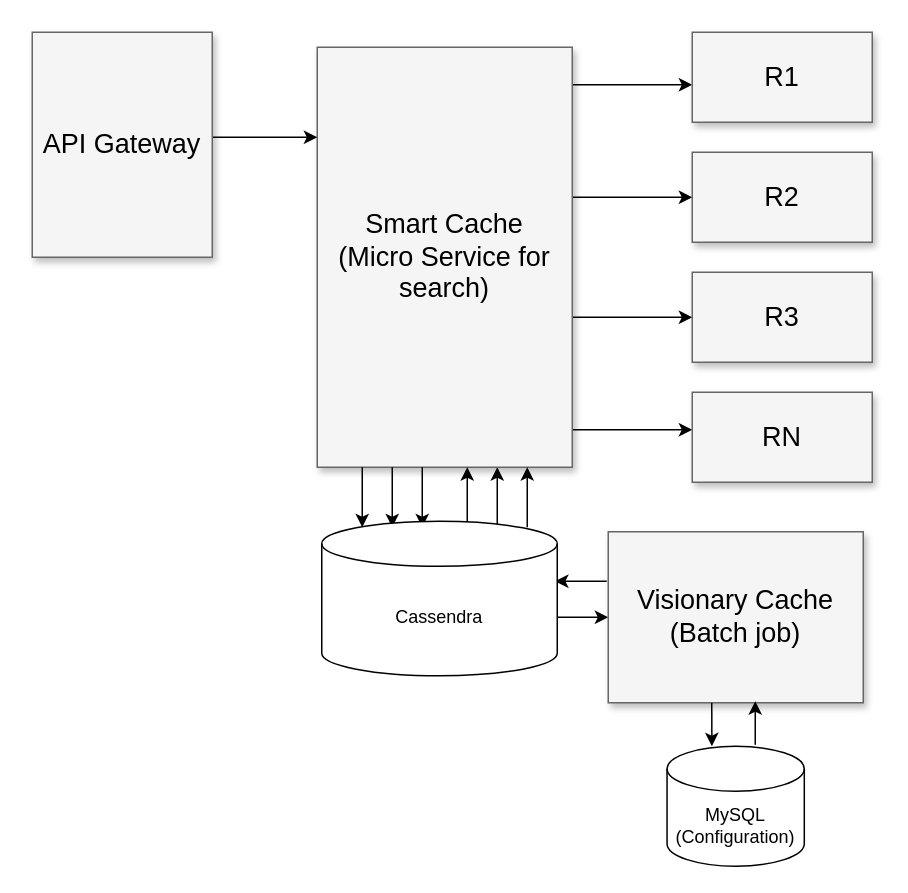
The draw.io diagram Untitled Diagram.drawio in rajaduraikrishna/ezee-app, before the edit. Source tidied: cells renumbered, new cells numbered last; positions are measured from the earlier drawing's top-left corner, leaving out a move shared by most shapes. Both pictures are drawn from the tidied source at 150%, with x=0, y=0 at pixel (32, 32).
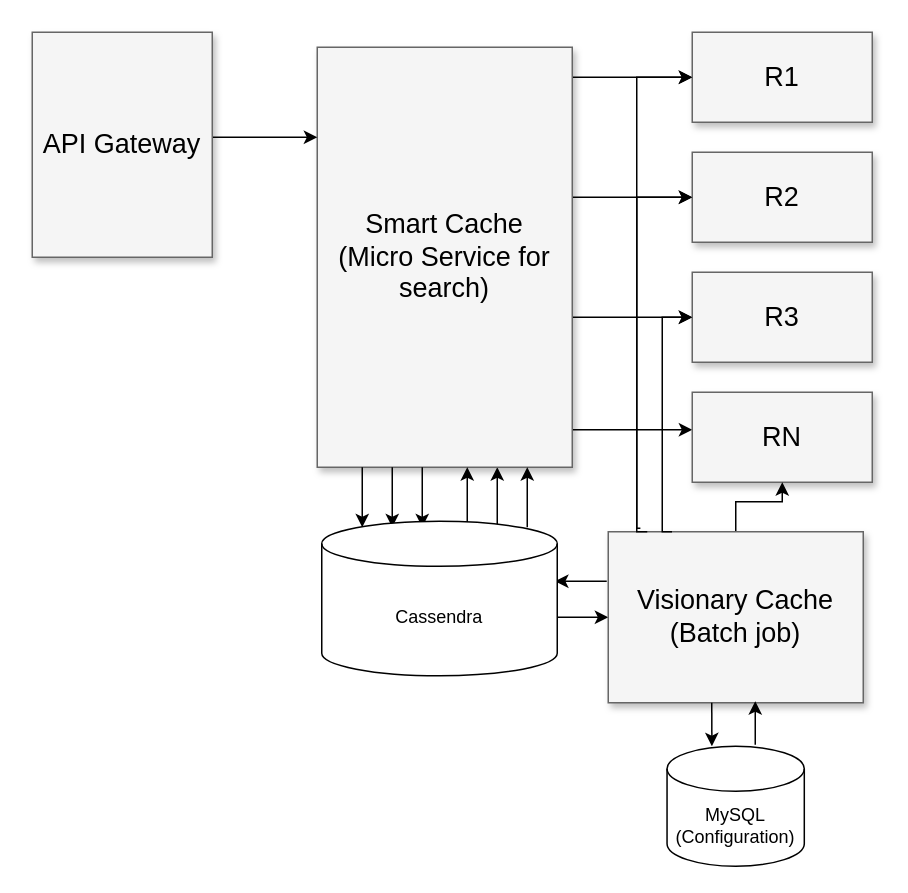
The same page after the edit.

Unchanged cells that the change refers to:
```xml
<mxCell id="7" value="&lt;div&gt;Smart Cache&lt;/div&gt;&lt;div&gt;(Micro Service for search)&lt;/div&gt;" style="whiteSpace=wrap;html=1;shadow=1;fontSize=18;fillColor=#f5f5f5;strokeColor=#666666;" parent="1" vertex="1">
  <mxGeometry x="190" y="10" width="170" height="280" as="geometry" />
</mxCell>
<mxCell id="8" value="R1" style="whiteSpace=wrap;html=1;shadow=1;fontSize=18;fillColor=#f5f5f5;strokeColor=#666666;" parent="1" vertex="1">
  <mxGeometry x="440" width="120" height="60" as="geometry" />
</mxCell>
<mxCell id="9" value="R2" style="whiteSpace=wrap;html=1;shadow=1;fontSize=18;fillColor=#f5f5f5;strokeColor=#666666;" parent="1" vertex="1">
  <mxGeometry x="440" y="80" width="120" height="60" as="geometry" />
</mxCell>
<mxCell id="10" value="R3" style="whiteSpace=wrap;html=1;shadow=1;fontSize=18;fillColor=#f5f5f5;strokeColor=#666666;" parent="1" vertex="1">
  <mxGeometry x="440" y="160" width="120" height="60" as="geometry" />
</mxCell>
<mxCell id="11" value="RN" style="whiteSpace=wrap;html=1;shadow=1;fontSize=18;fillColor=#f5f5f5;strokeColor=#666666;" parent="1" vertex="1">
  <mxGeometry x="440" y="240" width="120" height="60" as="geometry" />
</mxCell>
<mxCell id="20" value="&lt;div&gt;Visionary Cache (Batch job)&lt;/div&gt;" style="whiteSpace=wrap;html=1;shadow=1;fontSize=18;fillColor=#f5f5f5;strokeColor=#666666;" parent="1" vertex="1">
  <mxGeometry x="384" y="333" width="170" height="114" as="geometry" />
</mxCell>
```

What changed in the source:
```diff
@@
     <mxCell id="2" style="edgeStyle=elbowEdgeStyle;rounded=0;html=1;startArrow=none;startFill=0;jettySize=auto;fontSize=18;elbow=vertical;" parent="1" edge="1" source="7" target="8">
-      <mxGeometry relative="1" as="geometry" />
+      <mxGeometry relative="1" as="geometry">
+        <Array as="points">
+          <mxPoint x="403" y="30" />
+        </Array>
+      </mxGeometry>
     </mxCell>
@@
+    <mxCell id="26" style="edgeStyle=orthogonalEdgeStyle;rounded=0;jettySize=auto;html=1;" parent="1" edge="1" source="20" target="11">
+      <mxGeometry relative="1" as="geometry" />
+    </mxCell>
@@
+    <mxCell id="27" style="edgeStyle=orthogonalEdgeStyle;rounded=0;jettySize=auto;html=1;entryX=0;entryY=0.5;entryDx=0;entryDy=0;exitX=0.25;exitY=0;exitDx=0;exitDy=0;" parent="1" edge="1" source="20" target="10">
+      <mxGeometry relative="1" as="geometry">
+        <Array as="points">
+          <mxPoint x="420" y="333" />
+          <mxPoint x="420" y="190" />
+        </Array>
+      </mxGeometry>
+    </mxCell>
+    <mxCell id="28" style="edgeStyle=orthogonalEdgeStyle;rounded=0;jettySize=auto;html=1;entryX=0;entryY=0.5;entryDx=0;entryDy=0;exitX=0.126;exitY=-0.02;exitDx=0;exitDy=0;exitPerimeter=0;" parent="1" edge="1" source="20" target="9">
+      <mxGeometry relative="1" as="geometry">
+        <Array as="points">
+          <mxPoint x="403" y="331" />
+          <mxPoint x="403" y="110" />
+        </Array>
+      </mxGeometry>
+    </mxCell>
+    <mxCell id="29" style="edgeStyle=orthogonalEdgeStyle;rounded=0;jettySize=auto;html=1;entryX=0;entryY=0.5;entryDx=0;entryDy=0;exitX=0.25;exitY=0;exitDx=0;exitDy=0;" parent="1" edge="1" target="8">
+      <mxGeometry relative="1" as="geometry">
+        <mxPoint x="410" y="333" as="sourcePoint" />
+        <Array as="points">
+          <mxPoint x="403" y="333" />
+          <mxPoint x="403" y="30" />
+        </Array>
+      </mxGeometry>
+    </mxCell>
```
